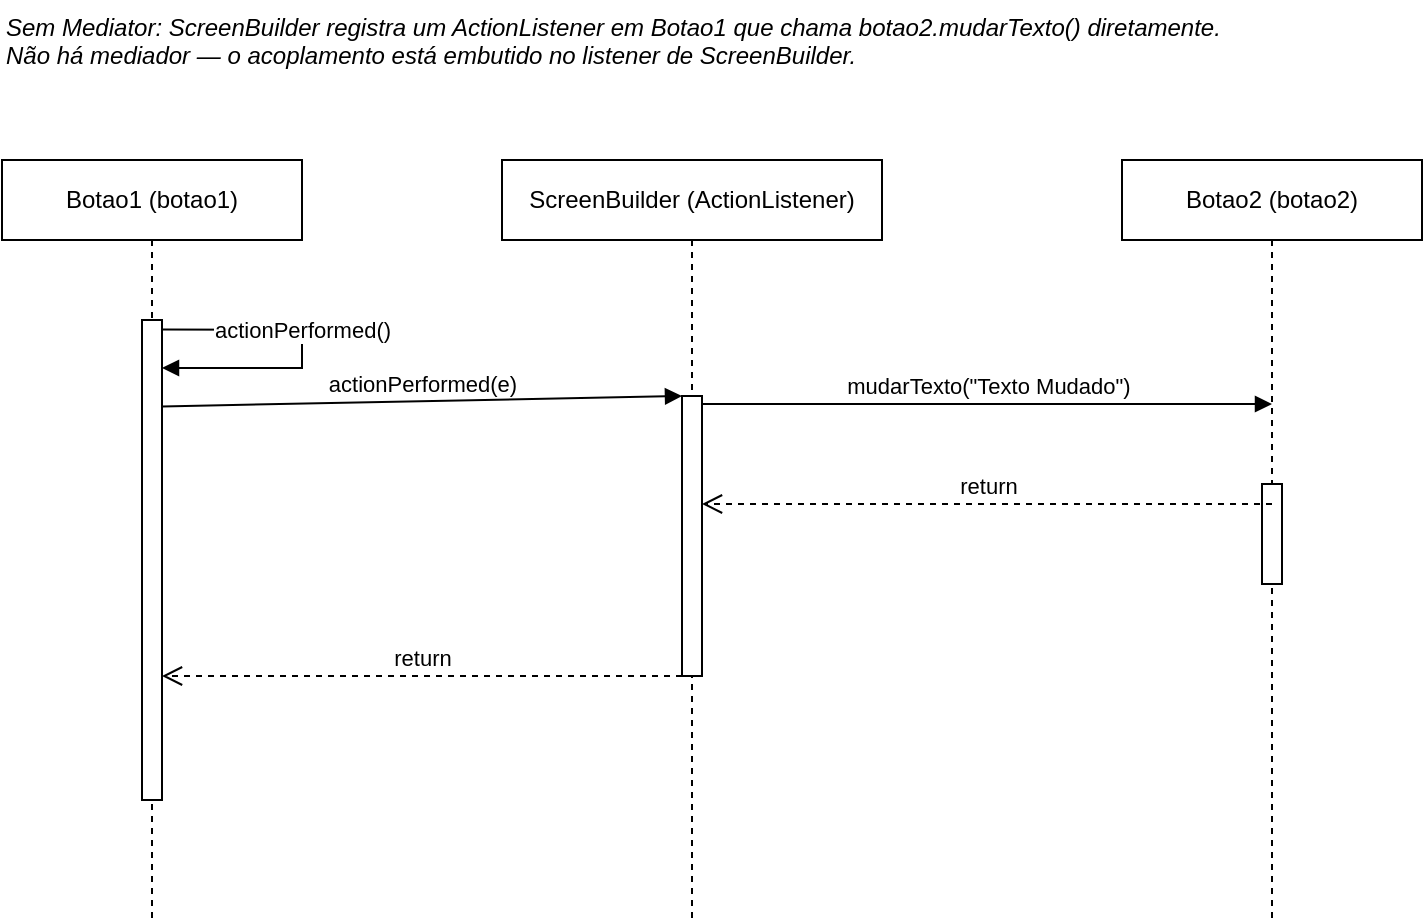
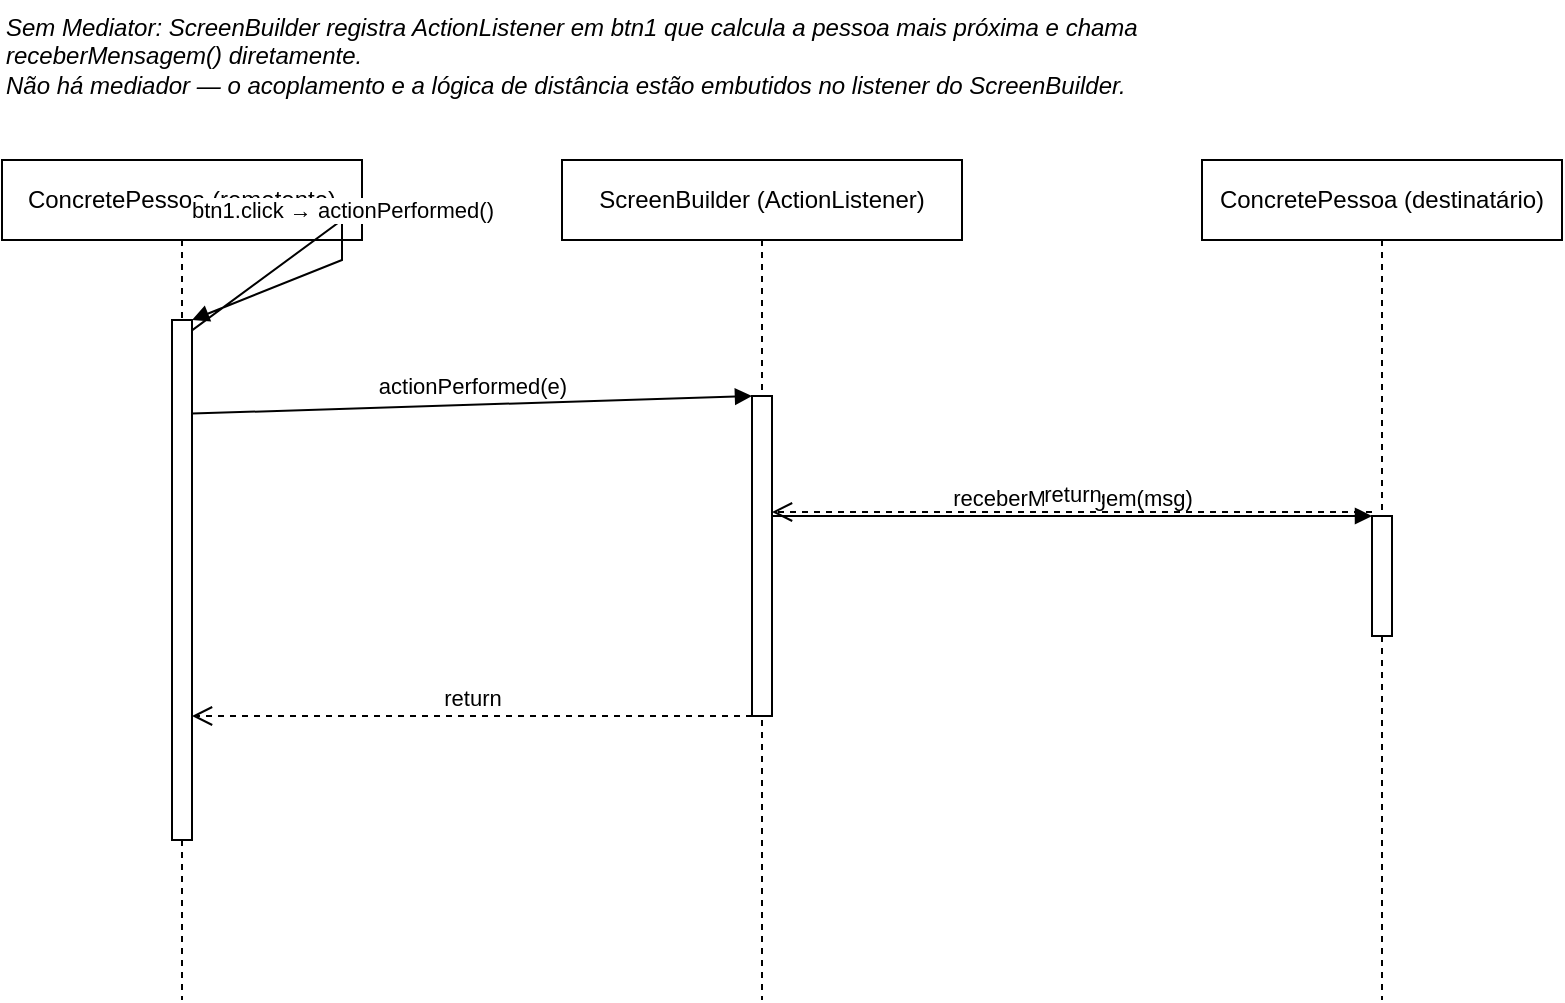
<mxfile host="app.diagrams.net">
  <diagram name="Sequencia-Sem-Mediator" id="seqDiagSemMediator01">
    <mxGraphModel dx="808" dy="471" grid="1" gridSize="10" guides="1" tooltips="1" connect="1" arrows="1" fold="1" page="1" pageScale="1" pageWidth="827" pageHeight="1169" math="0" shadow="0">
      <root>
        <mxCell id="0" />
        <mxCell id="1" parent="0" />
-         <mxCell id="t-note" parent="1" style="text;html=1;align=left;verticalAlign=top;whiteSpace=wrap;rounded=0;fontStyle=2;fontSize=12;" value="Sem Mediator: ScreenBuilder registra um ActionListener em Botao1 que chama botao2.mudarTexto() diretamente.&#xa;Não há mediador — o acoplamento está embutido no listener de ScreenBuilder." vertex="1">
-           <mxGeometry height="50" width="620" x="80" as="geometry" />
+ 
+         <mxCell id="t-note" parent="1" style="text;html=1;align=left;verticalAlign=top;whiteSpace=wrap;rounded=0;fontStyle=2;fontSize=12;" value="Sem Mediator: ScreenBuilder registra ActionListener em btn1 que calcula a pessoa mais próxima e chama receberMensagem() diretamente.&#xa;Não há mediador — o acoplamento e a lógica de distância estão embutidos no listener do ScreenBuilder." vertex="1">
+           <mxGeometry height="50" width="660" x="60" y="0" as="geometry" />
        </mxCell>
-         <mxCell id="ll-botao" parent="1" style="shape=umlLifeline;perimeter=lifelinePerimeter;whiteSpace=wrap;html=1;container=1;dropTarget=0;collapsible=0;recursiveResize=0;outlineConnect=0;portConstraint=eastwest;newEdgeStyle={&quot;curved&quot;:0,&quot;rounded&quot;:0};" value="Botao1 (botao1)" vertex="1">
-           <mxGeometry height="380" width="150" x="80" y="80" as="geometry" />
+ 
+         <!-- Lifeline: ConcretePessoa (remetente) -->
+         <mxCell id="ll-rem" parent="1" style="shape=umlLifeline;perimeter=lifelinePerimeter;whiteSpace=wrap;html=1;container=1;dropTarget=0;collapsible=0;recursiveResize=0;outlineConnect=0;portConstraint=eastwest;newEdgeStyle={&quot;curved&quot;:0,&quot;rounded&quot;:0};" value="ConcretePessoa (remetente)" vertex="1">
+           <mxGeometry height="420" width="180" x="60" y="80" as="geometry" />
        </mxCell>
-         <mxCell id="act-botao" parent="ll-botao" style="html=1;points=[[0,0,0,0,5],[0,1,0,0,-5],[1,0,0,0,5],[1,1,0,0,-5]];perimeter=orthogonalPerimeter;outlineConnect=0;targetShapes=umlLifeline;portConstraint=eastwest;newEdgeStyle={&quot;curved&quot;:0,&quot;rounded&quot;:0};" value="" vertex="1">
-           <mxGeometry height="240" width="10" x="70" y="80" as="geometry" />
+         <mxCell id="act-rem" parent="ll-rem" style="html=1;points=[[0,0,0,0,5],[0,1,0,0,-5],[1,0,0,0,5],[1,1,0,0,-5]];perimeter=orthogonalPerimeter;outlineConnect=0;targetShapes=umlLifeline;portConstraint=eastwest;" value="" vertex="1">
+           <mxGeometry height="260" width="10" x="85" y="80" as="geometry" />
        </mxCell>
+ 
+         <!-- Lifeline: ScreenBuilder (ActionListener) -->
        <mxCell id="ll-sb" parent="1" style="shape=umlLifeline;perimeter=lifelinePerimeter;whiteSpace=wrap;html=1;container=1;dropTarget=0;collapsible=0;recursiveResize=0;outlineConnect=0;portConstraint=eastwest;newEdgeStyle={&quot;curved&quot;:0,&quot;rounded&quot;:0};" value="ScreenBuilder (ActionListener)" vertex="1">
-           <mxGeometry height="380" width="190" x="330" y="80" as="geometry" />
+           <mxGeometry height="420" width="200" x="340" y="80" as="geometry" />
        </mxCell>
-         <mxCell id="act-sb" parent="ll-sb" style="html=1;points=[[0,0,0,0,5],[0,1,0,0,-5],[1,0,0,0,5],[1,1,0,0,-5]];perimeter=orthogonalPerimeter;outlineConnect=0;targetShapes=umlLifeline;portConstraint=eastwest;newEdgeStyle={&quot;curved&quot;:0,&quot;rounded&quot;:0};" value="" vertex="1">
-           <mxGeometry height="140" width="10" x="90" y="118" as="geometry" />
+         <mxCell id="act-sb" parent="ll-sb" style="html=1;points=[[0,0,0,0,5],[0,1,0,0,-5],[1,0,0,0,5],[1,1,0,0,-5]];perimeter=orthogonalPerimeter;outlineConnect=0;targetShapes=umlLifeline;portConstraint=eastwest;" value="" vertex="1">
+           <mxGeometry height="160" width="10" x="95" y="118" as="geometry" />
        </mxCell>
-         <mxCell id="ll-botao2" parent="1" style="shape=umlLifeline;perimeter=lifelinePerimeter;whiteSpace=wrap;html=1;container=1;dropTarget=0;collapsible=0;recursiveResize=0;outlineConnect=0;portConstraint=eastwest;newEdgeStyle={&quot;curved&quot;:0,&quot;rounded&quot;:0};" value="Botao2 (botao2)" vertex="1">
-           <mxGeometry height="380" width="150" x="640" y="80" as="geometry" />
+ 
+         <!-- Lifeline: ConcretePessoa (destinatario) -->
+         <mxCell id="ll-dest" parent="1" style="shape=umlLifeline;perimeter=lifelinePerimeter;whiteSpace=wrap;html=1;container=1;dropTarget=0;collapsible=0;recursiveResize=0;outlineConnect=0;portConstraint=eastwest;newEdgeStyle={&quot;curved&quot;:0,&quot;rounded&quot;:0};" value="ConcretePessoa (destinatário)" vertex="1">
+           <mxGeometry height="420" width="180" x="660" y="80" as="geometry" />
        </mxCell>
-         <mxCell id="act-botao2" parent="ll-botao2" style="html=1;points=[[0,0,0,0,5],[0,1,0,0,-5],[1,0,0,0,5],[1,1,0,0,-5]];perimeter=orthogonalPerimeter;outlineConnect=0;targetShapes=umlLifeline;portConstraint=eastwest;newEdgeStyle={&quot;curved&quot;:0,&quot;rounded&quot;:0};" value="" vertex="1">
-           <mxGeometry height="50" width="10" x="70" y="162" as="geometry" />
+         <mxCell id="act-dest" parent="ll-dest" style="html=1;points=[[0,0,0,0,5],[0,1,0,0,-5],[1,0,0,0,5],[1,1,0,0,-5]];perimeter=orthogonalPerimeter;outlineConnect=0;targetShapes=umlLifeline;portConstraint=eastwest;" value="" vertex="1">
+           <mxGeometry height="60" width="10" x="85" y="178" as="geometry" />
        </mxCell>
-         <mxCell id="msg-action" edge="1" parent="1" source="act-botao" style="html=1;verticalAlign=bottom;endArrow=block;curved=0;rounded=0;exitX=1;exitY=0.02;exitDx=0;exitDy=0;entryX=1;entryY=0.1;entryDx=0;entryDy=0;" target="act-botao" value="actionPerformed()">
+ 
+         <!-- msg1: self-call btn1.click -->
+         <mxCell id="msg1" edge="1" parent="1" source="act-rem" target="act-rem" style="html=1;verticalAlign=bottom;endArrow=block;curved=0;rounded=0;exitX=1;exitY=0.02;exitDx=0;exitDy=0;" value="btn1.click → actionPerformed()">
          <mxGeometry relative="1" as="geometry">
            <Array as="points">
-               <mxPoint x="230" y="165" />
-               <mxPoint x="230" y="184" />
+               <mxPoint x="230" y="110" />
+               <mxPoint x="230" y="130" />
            </Array>
          </mxGeometry>
        </mxCell>
-         <mxCell id="msg-listener" edge="1" parent="1" source="act-botao" style="html=1;verticalAlign=bottom;endArrow=block;curved=0;rounded=0;exitX=1;exitY=0.18;exitDx=0;exitDy=0;entryX=0;entryY=0;entryDx=0;entryDy=0;" target="act-sb" value="actionPerformed(e)">
+ 
+         <!-- msg2: actionPerformed -> ScreenBuilder listener -->
+         <mxCell id="msg2" edge="1" parent="1" source="act-rem" target="act-sb" style="html=1;verticalAlign=bottom;endArrow=block;curved=0;rounded=0;exitX=1;exitY=0.18;exitDx=0;exitDy=0;entryX=0;entryY=0;entryDx=0;entryDy=0;" value="actionPerformed(e)">
          <mxGeometry relative="1" as="geometry" />
        </mxCell>
-         <mxCell id="msg-mudar" edge="1" parent="1" style="html=1;verticalAlign=bottom;endArrow=block;curved=0;rounded=0;entryX=0;entryY=0;entryDx=0;entryDy=0;" value="mudarTexto(&quot;Texto Mudado&quot;)">
+ 
+         <!-- msg3: receberMensagem direto -->
+         <mxCell id="msg3" edge="1" parent="1" source="act-sb" target="act-dest" style="html=1;verticalAlign=bottom;endArrow=block;curved=0;rounded=0;entryX=0;entryY=0;entryDx=0;entryDy=0;" value="receberMensagem(msg)">
+           <mxGeometry relative="1" as="geometry" />
+         </mxCell>
+ 
+         <!-- return dest -> sb -->
+         <mxCell id="ret1" edge="1" parent="1" style="html=1;verticalAlign=bottom;endArrow=open;dashed=1;endSize=8;curved=0;rounded=0;" value="return">
          <mxGeometry relative="1" as="geometry">
-             <mxPoint x="430" y="202" as="sourcePoint" />
-             <mxPoint x="715" y="202" as="targetPoint" />
+             <mxPoint x="745" y="256" as="sourcePoint" />
+             <mxPoint x="445" y="256" as="targetPoint" />
          </mxGeometry>
        </mxCell>
-         <mxCell id="msg-ret-mudar" edge="1" parent="1" style="html=1;verticalAlign=bottom;endArrow=open;dashed=1;endSize=8;curved=0;rounded=0;" value="return">
-           <mxGeometry relative="1" as="geometry">
-             <mxPoint x="715" y="252" as="sourcePoint" />
-             <mxPoint x="430" y="252" as="targetPoint" />
-           </mxGeometry>
-         </mxCell>
-         <mxCell id="msg-ret-final" edge="1" parent="1" source="act-sb" style="html=1;verticalAlign=bottom;endArrow=open;dashed=1;endSize=8;curved=0;rounded=0;exitX=0;exitY=1;exitDx=0;exitDy=0;" target="act-botao" value="return">
+ 
+         <!-- return sb -> rem -->
+         <mxCell id="ret2" edge="1" parent="1" source="act-sb" target="act-rem" style="html=1;verticalAlign=bottom;endArrow=open;dashed=1;endSize=8;curved=0;rounded=0;exitX=0;exitY=1;exitDx=0;exitDy=0;" value="return">
          <mxGeometry relative="1" as="geometry" />
        </mxCell>
      </root>
    </mxGraphModel>
  </diagram>
</mxfile>
